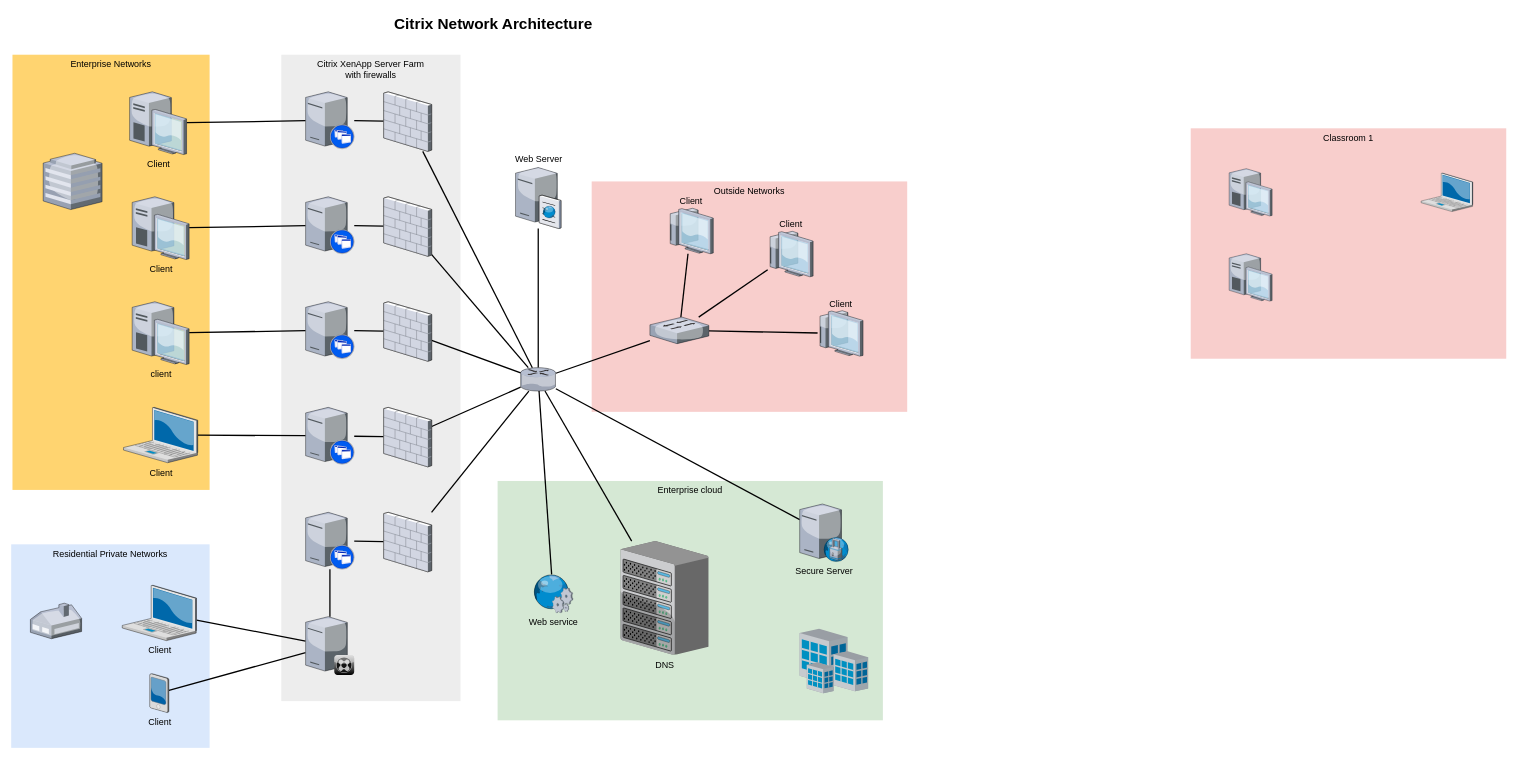
The draw.io diagram Untitled Diagram.drawio in T-zN/OSD, before the edit. Source tidied: cells renumbered, new cells numbered last; positions are measured from the earlier drawing's top-left corner, leaving out a move shared by most shapes. Both pictures are drawn from the tidied source at 64%, with x=0, y=0 at pixel (11, 11).
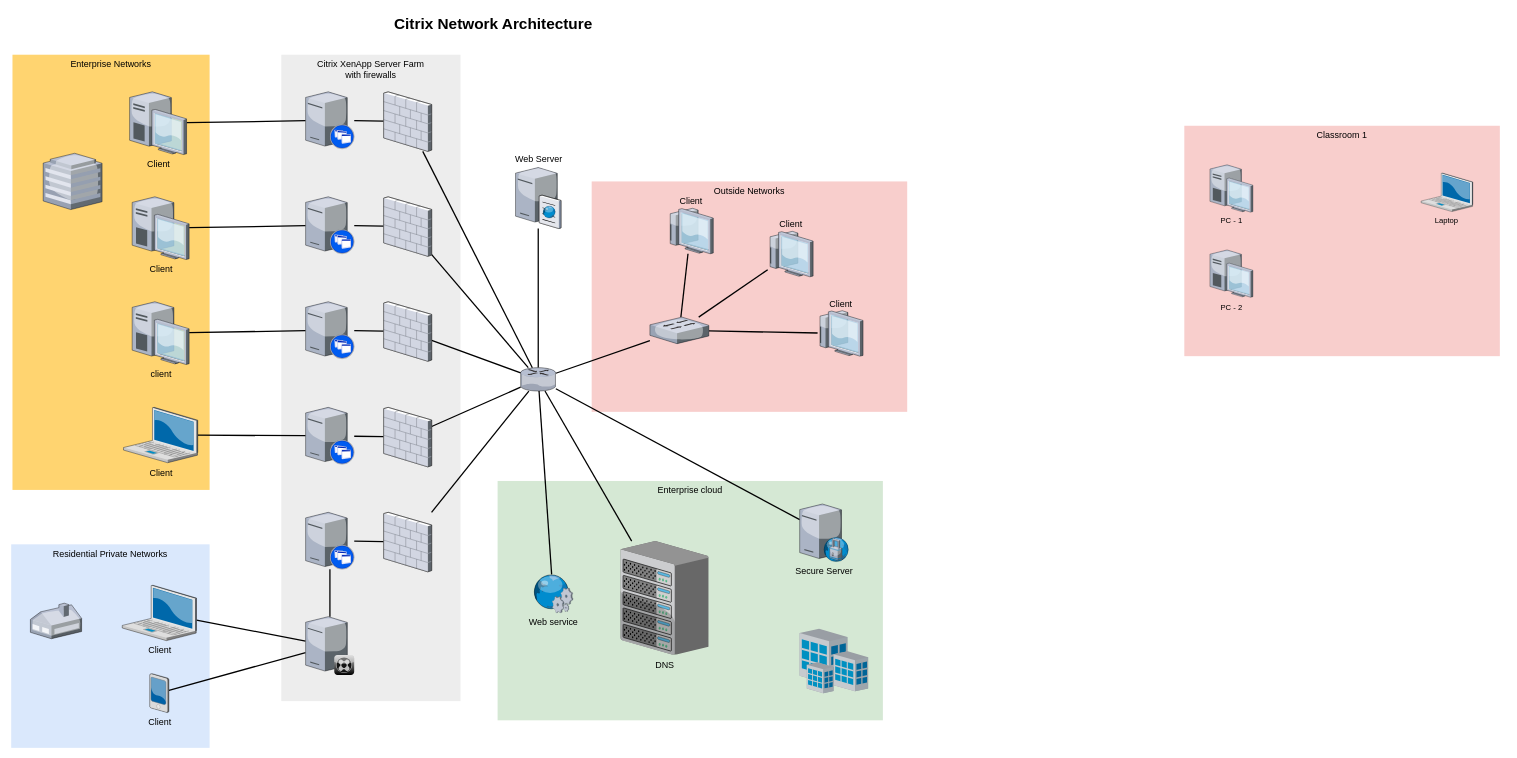
Above is the later version.

The edit, as a diff of the source:
```diff
@@
-    <mxCell id="62" value="Classroom 1" style="whiteSpace=wrap;html=1;fillColor=#f8cecc;fontSize=14;strokeColor=none;verticalAlign=top;" parent="1" vertex="1">
-      <mxGeometry x="1843" y="183" width="493" height="360" as="geometry" />
+    <mxCell id="62" value="Classroom 1" style="whiteSpace=wrap;html=1;fillColor=#f8cecc;fontSize=14;strokeColor=none;verticalAlign=top;labelBackgroundColor=none;" parent="1" vertex="1">
+      <mxGeometry x="1833" y="179" width="493" height="360" as="geometry" />
     </mxCell>
     <mxCell id="63" style="verticalLabelPosition=bottom;sketch=0;html=1;verticalAlign=top;strokeColor=none;align=center;shape=mxgraph.citrix.desktop;" parent="1" vertex="1">
-      <mxGeometry x="1903" y="246" width="67.2" height="74" as="geometry" />
+      <mxGeometry x="1873" y="240" width="67.2" height="74" as="geometry" />
     </mxCell>
     <mxCell id="64" style="verticalLabelPosition=bottom;sketch=0;html=1;verticalAlign=top;strokeColor=none;align=center;shape=mxgraph.citrix.desktop;" parent="1" vertex="1">
-      <mxGeometry x="1903" y="379" width="67.2" height="74" as="geometry" />
+      <mxGeometry x="1873" y="373" width="67.2" height="74" as="geometry" />
     </mxCell>
@@
+    <mxCell id="66" value="PC - 1" style="text;html=1;strokeColor=none;fillColor=none;align=center;verticalAlign=middle;whiteSpace=wrap;rounded=0;" parent="1" vertex="1">
+      <mxGeometry x="1876.6" y="313.1" width="60" height="30" as="geometry" />
+    </mxCell>
+    <mxCell id="67" value="PC - 2" style="text;html=1;strokeColor=none;fillColor=none;align=center;verticalAlign=middle;whiteSpace=wrap;rounded=0;" parent="1" vertex="1">
+      <mxGeometry x="1876.6" y="448" width="60" height="30" as="geometry" />
+    </mxCell>
+    <mxCell id="68" value="Laptop" style="text;html=1;strokeColor=none;fillColor=none;align=center;verticalAlign=middle;whiteSpace=wrap;rounded=0;" parent="1" vertex="1">
+      <mxGeometry x="2213.4" y="313.1" width="60" height="30" as="geometry" />
+    </mxCell>
```
